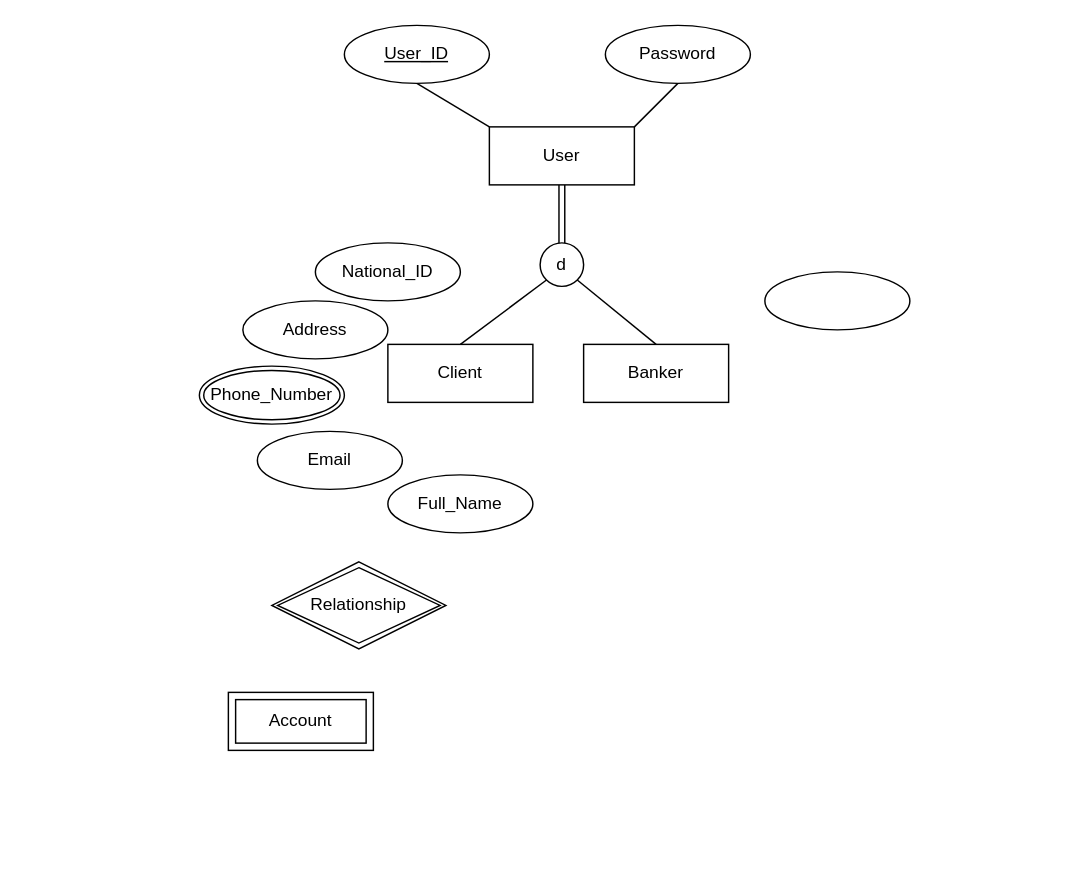
This is Untitled Diagram.drawio from software-engineering-2023/Holms, a draw.io file, before an edit. Source tidied: cells renumbered, new cells numbered last; positions are measured from the earlier drawing's top-left corner, leaving out a move shared by most shapes. Both pictures are drawn from the tidied source at 145%, with x=0, y=0 at pixel (199, 25).
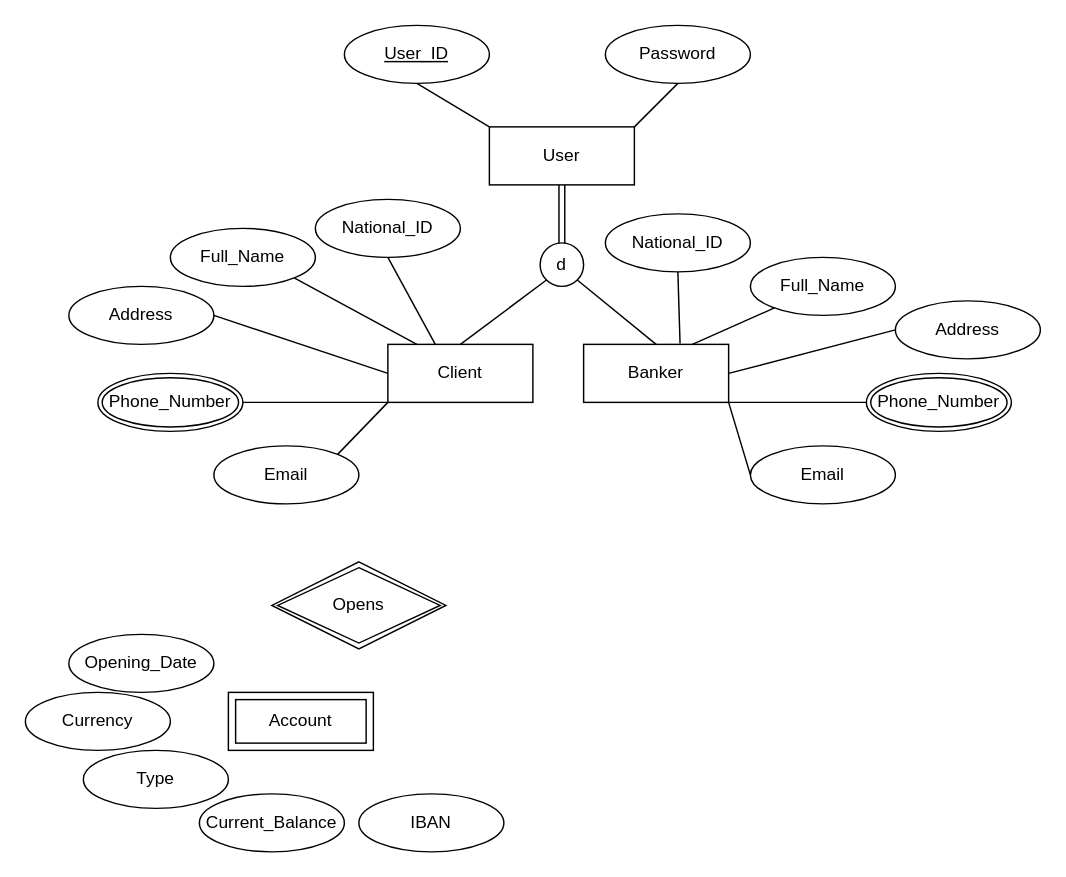
The same diagram, later.

The change refers to these unchanged cells:
```xml
<mxCell id="12" value="Client" style="whiteSpace=wrap;html=1;align=center;" parent="1" vertex="1">
  <mxGeometry x="130" y="220" width="100" height="40" as="geometry" />
</mxCell>
<mxCell id="13" value="Banker" style="whiteSpace=wrap;html=1;align=center;" parent="1" vertex="1">
  <mxGeometry x="265" y="220" width="100" height="40" as="geometry" />
</mxCell>
```

Diff of the diagram source:
```diff
@@
-    <mxCell id="5" value="Relationship" style="shape=rhombus;double=1;perimeter=rhombusPerimeter;whiteSpace=wrap;html=1;align=center;" parent="1" vertex="1">
+    <mxCell id="5" value="Opens" style="shape=rhombus;double=1;perimeter=rhombusPerimeter;whiteSpace=wrap;html=1;align=center;" parent="1" vertex="1">
       <mxGeometry x="50" y="370" width="120" height="60" as="geometry" />
     </mxCell>
     <mxCell id="6" value="National_ID" style="ellipse;whiteSpace=wrap;html=1;align=center;" parent="1" vertex="1">
-      <mxGeometry x="80" y="150" width="100" height="40" as="geometry" />
+      <mxGeometry x="80" y="120" width="100" height="40" as="geometry" />
     </mxCell>
@@
     <mxCell id="11" value="Address" style="ellipse;whiteSpace=wrap;html=1;align=center;" parent="1" vertex="1">
-      <mxGeometry x="30" y="190" width="100" height="40" as="geometry" />
+      <mxGeometry x="-90" y="180" width="100" height="40" as="geometry" />
     </mxCell>
@@
     <mxCell id="14" value="Full_Name" style="ellipse;whiteSpace=wrap;html=1;align=center;" parent="1" vertex="1">
-      <mxGeometry x="130" y="310" width="100" height="40" as="geometry" />
+      <mxGeometry x="-20" y="140" width="100" height="40" as="geometry" />
     </mxCell>
     <mxCell id="15" value="Email" style="ellipse;whiteSpace=wrap;html=1;align=center;" parent="1" vertex="1">
-      <mxGeometry x="40" y="280" width="100" height="40" as="geometry" />
+      <mxGeometry x="10" y="290" width="100" height="40" as="geometry" />
     </mxCell>
-    <mxCell id="16" style="ellipse;whiteSpace=wrap;html=1;align=center;" parent="1" vertex="1">
-      <mxGeometry x="390" y="170" width="100" height="40" as="geometry" />
-    </mxCell>
     <mxCell id="17" value="Phone_Number" style="ellipse;shape=doubleEllipse;margin=3;whiteSpace=wrap;html=1;align=center;" parent="1" vertex="1">
-      <mxGeometry y="235" width="100" height="40" as="geometry" />
+      <mxGeometry x="-70" y="240" width="100" height="40" as="geometry" />
     </mxCell>
@@
+    <mxCell id="21" value="Current_Balance" style="ellipse;whiteSpace=wrap;html=1;align=center;" parent="1" vertex="1">
+      <mxGeometry y="530" width="100" height="40" as="geometry" />
+    </mxCell>
+    <mxCell id="22" value="Type" style="ellipse;whiteSpace=wrap;html=1;align=center;" parent="1" vertex="1">
+      <mxGeometry x="-80" y="500" width="100" height="40" as="geometry" />
+    </mxCell>
+    <mxCell id="23" value="Opening_Date" style="ellipse;whiteSpace=wrap;html=1;align=center;" parent="1" vertex="1">
+      <mxGeometry x="-90" y="420" width="100" height="40" as="geometry" />
+    </mxCell>
+    <mxCell id="24" value="Currency" style="ellipse;whiteSpace=wrap;html=1;align=center;" parent="1" vertex="1">
+      <mxGeometry x="-120" y="460" width="100" height="40" as="geometry" />
+    </mxCell>
+    <mxCell id="25" value="IBAN" style="ellipse;whiteSpace=wrap;html=1;align=center;" parent="1" vertex="1">
+      <mxGeometry x="110" y="530" width="100" height="40" as="geometry" />
+    </mxCell>
+    <mxCell id="26" value="National_ID" style="ellipse;whiteSpace=wrap;html=1;align=center;" parent="1" vertex="1">
+      <mxGeometry x="280" y="130" width="100" height="40" as="geometry" />
+    </mxCell>
+    <mxCell id="27" value="Full_Name" style="ellipse;whiteSpace=wrap;html=1;align=center;" parent="1" vertex="1">
+      <mxGeometry x="380" y="160" width="100" height="40" as="geometry" />
+    </mxCell>
+    <mxCell id="28" value="Address" style="ellipse;whiteSpace=wrap;html=1;align=center;" parent="1" vertex="1">
+      <mxGeometry x="480" y="190" width="100" height="40" as="geometry" />
+    </mxCell>
+    <mxCell id="29" value="Phone_Number" style="ellipse;shape=doubleEllipse;margin=3;whiteSpace=wrap;html=1;align=center;" parent="1" vertex="1">
+      <mxGeometry x="460" y="240" width="100" height="40" as="geometry" />
+    </mxCell>
+    <mxCell id="30" value="Email" style="ellipse;whiteSpace=wrap;html=1;align=center;" parent="1" vertex="1">
+      <mxGeometry x="380" y="290" width="100" height="40" as="geometry" />
+    </mxCell>
+    <mxCell id="31" style="endArrow=none;html=1;rounded=0;entryX=0.5;entryY=1;entryDx=0;entryDy=0;exitX=0.327;exitY=0.001;exitDx=0;exitDy=0;exitPerimeter=0;" parent="1" edge="1" source="12" target="6">
+      <mxGeometry relative="1" as="geometry" />
+    </mxCell>
+    <mxCell id="32" style="endArrow=none;html=1;rounded=0;entryX=1;entryY=0.5;entryDx=0;entryDy=0;" parent="1" edge="1" target="11">
+      <mxGeometry relative="1" as="geometry">
+        <mxPoint x="130" y="240" as="sourcePoint" />
+      </mxGeometry>
+    </mxCell>
+    <mxCell id="33" style="endArrow=none;html=1;rounded=0;entryX=0;entryY=0.5;entryDx=0;entryDy=0;" parent="1" edge="1" target="30">
+      <mxGeometry relative="1" as="geometry">
+        <mxPoint x="365" y="260" as="sourcePoint" />
+      </mxGeometry>
+    </mxCell>
+    <mxCell id="34" style="endArrow=none;html=1;rounded=0;entryX=0;entryY=0.5;entryDx=0;entryDy=0;" parent="1" edge="1" target="29">
+      <mxGeometry relative="1" as="geometry">
+        <mxPoint x="365" y="260" as="sourcePoint" />
+      </mxGeometry>
+    </mxCell>
+    <mxCell id="35" style="endArrow=none;html=1;rounded=0;entryX=0;entryY=0.5;entryDx=0;entryDy=0;" parent="1" edge="1" target="28">
+      <mxGeometry relative="1" as="geometry">
+        <mxPoint x="365" y="240" as="sourcePoint" />
+      </mxGeometry>
+    </mxCell>
+    <mxCell id="36" style="endArrow=none;html=1;rounded=0;" parent="1" edge="1" target="27">
+      <mxGeometry relative="1" as="geometry">
+        <mxPoint x="340" y="220" as="sourcePoint" />
+      </mxGeometry>
+    </mxCell>
+    <mxCell id="37" style="endArrow=none;html=1;rounded=0;entryX=0.5;entryY=1;entryDx=0;entryDy=0;exitX=0.665;exitY=-0.015;exitDx=0;exitDy=0;exitPerimeter=0;" parent="1" edge="1" source="13" target="26">
+      <mxGeometry relative="1" as="geometry" />
+    </mxCell>
+    <mxCell id="38" style="endArrow=none;html=1;rounded=0;exitX=1;exitY=0;exitDx=0;exitDy=0;" parent="1" edge="1" source="15">
+      <mxGeometry relative="1" as="geometry">
+        <mxPoint x="130" y="260" as="targetPoint" />
+      </mxGeometry>
+    </mxCell>
+    <mxCell id="39" style="endArrow=none;html=1;rounded=0;exitX=1;exitY=0.5;exitDx=0;exitDy=0;" parent="1" edge="1" source="17">
+      <mxGeometry relative="1" as="geometry">
+        <mxPoint x="130" y="260" as="targetPoint" />
+      </mxGeometry>
+    </mxCell>
+    <mxCell id="40" style="endArrow=none;html=1;rounded=0;entryX=1;entryY=1;entryDx=0;entryDy=0;" parent="1" edge="1" target="14">
+      <mxGeometry relative="1" as="geometry">
+        <mxPoint x="150" y="220" as="sourcePoint" />
+      </mxGeometry>
+    </mxCell>
```
